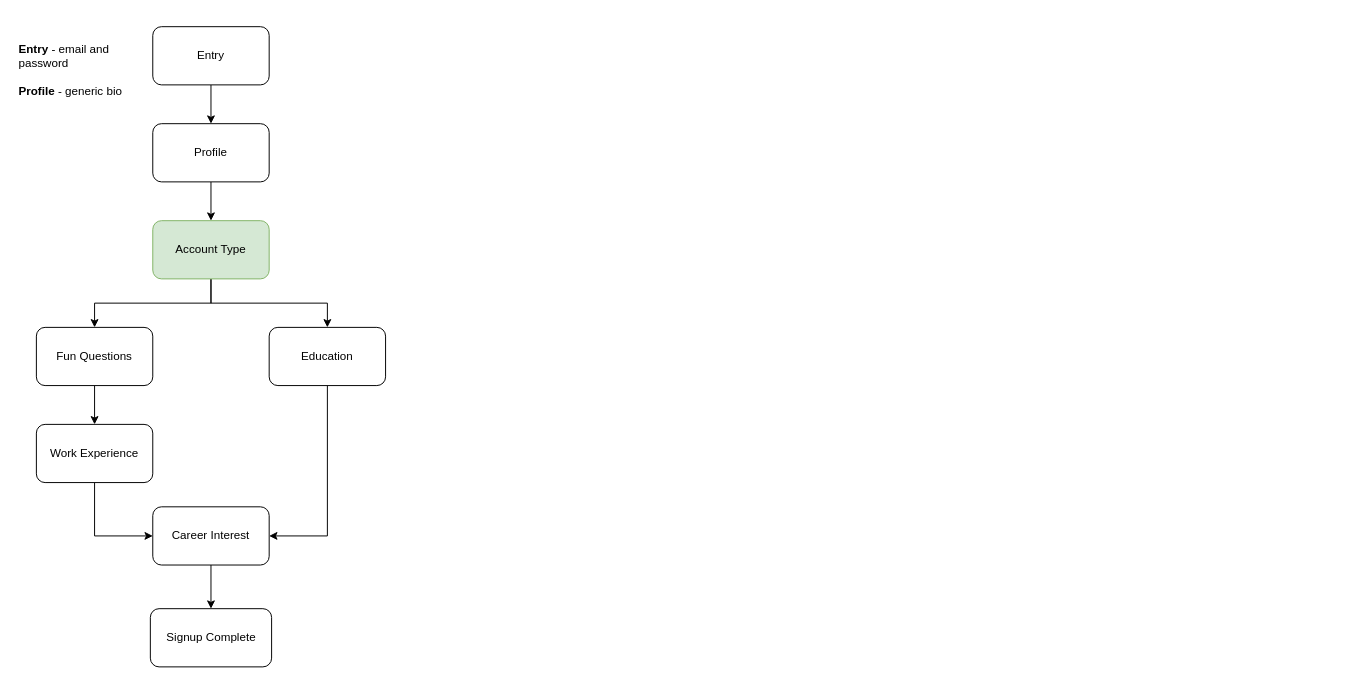
cashewpillar/awesome-drawio keeps this draw.io diagram as diagrams/career-signup.drawio. Above is the earlier version. Source tidied: cells renumbered, new cells numbered last; positions are measured from the earlier drawing's top-left corner, leaving out a move shared by most shapes. Both pictures are drawn from the tidied source at 97%, with x=0, y=0 at pixel (16, 26).
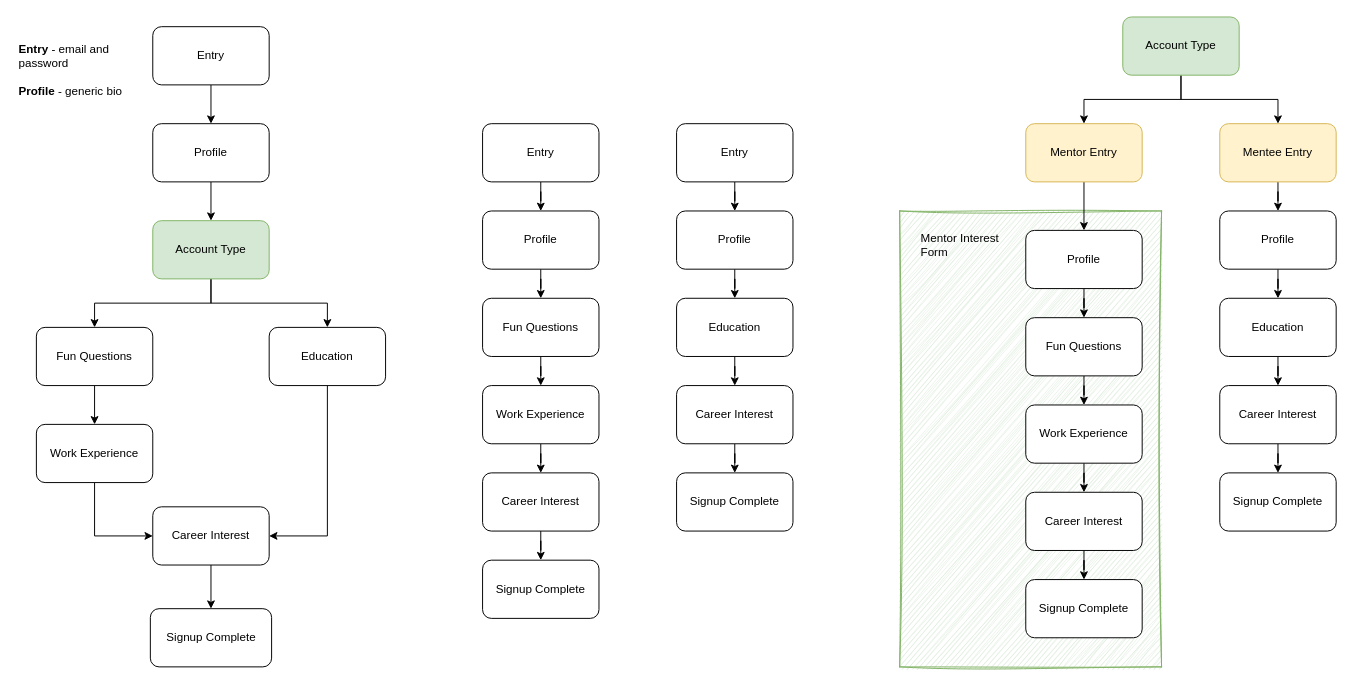
Above is the later version.

Commit message (it also covers changes not shown here):
refactor+feat: cron-service + add mentor signup

What changed in the source:
```diff
@@
+    <mxCell id="19" style="rounded=0;whiteSpace=wrap;html=1;align=left;glass=0;sketch=1;curveFitting=1;jiggle=2;perimeterSpacing=0;fillColor=#d5e8d4;strokeColor=#82b366;" parent="1" vertex="1">
+      <mxGeometry x="910" y="190" width="270" height="470" as="geometry" />
+    </mxCell>
@@
+    <mxCell id="20" style="edgeStyle=orthogonalEdgeStyle;rounded=0;jettySize=auto;html=1;entryX=0.5;entryY=0;entryDx=0;entryDy=0;" parent="1" edge="1" source="21" target="23">
+      <mxGeometry relative="1" as="geometry" />
+    </mxCell>
+    <mxCell id="21" value="Entry" style="rounded=1;whiteSpace=wrap;html=1;" parent="1" vertex="1">
+      <mxGeometry x="480" y="100" width="120" height="60" as="geometry" />
+    </mxCell>
+    <mxCell id="22" style="edgeStyle=orthogonalEdgeStyle;rounded=0;jettySize=auto;html=1;" parent="1" edge="1" source="23" target="25">
+      <mxGeometry relative="1" as="geometry" />
+    </mxCell>
+    <mxCell id="23" value="Profile" style="rounded=1;whiteSpace=wrap;html=1;" parent="1" vertex="1">
+      <mxGeometry x="480" y="190" width="120" height="60" as="geometry" />
+    </mxCell>
+    <mxCell id="24" style="edgeStyle=orthogonalEdgeStyle;rounded=0;jettySize=auto;html=1;" parent="1" edge="1" source="25" target="27">
+      <mxGeometry relative="1" as="geometry" />
+    </mxCell>
+    <mxCell id="25" value="Fun Questions" style="rounded=1;whiteSpace=wrap;html=1;" parent="1" vertex="1">
+      <mxGeometry x="480" y="280" width="120" height="60" as="geometry" />
+    </mxCell>
+    <mxCell id="26" style="edgeStyle=orthogonalEdgeStyle;rounded=0;jettySize=auto;html=1;" parent="1" edge="1" source="27" target="31">
+      <mxGeometry relative="1" as="geometry" />
+    </mxCell>
+    <mxCell id="27" value="Work Experience" style="rounded=1;whiteSpace=wrap;html=1;" parent="1" vertex="1">
+      <mxGeometry x="480" y="370" width="120" height="60" as="geometry" />
+    </mxCell>
+    <mxCell id="28" style="edgeStyle=orthogonalEdgeStyle;rounded=0;jettySize=auto;html=1;" parent="1" edge="1" source="29" target="38">
+      <mxGeometry relative="1" as="geometry" />
+    </mxCell>
+    <mxCell id="29" value="Education" style="rounded=1;whiteSpace=wrap;html=1;" parent="1" vertex="1">
+      <mxGeometry x="680" y="280" width="120" height="60" as="geometry" />
+    </mxCell>
+    <mxCell id="30" style="edgeStyle=orthogonalEdgeStyle;rounded=0;jettySize=auto;html=1;" parent="1" edge="1" source="31" target="32">
+      <mxGeometry relative="1" as="geometry" />
+    </mxCell>
+    <mxCell id="31" value="Career Interest" style="rounded=1;whiteSpace=wrap;html=1;" parent="1" vertex="1">
+      <mxGeometry x="480" y="460" width="120" height="60" as="geometry" />
+    </mxCell>
+    <mxCell id="32" value="Signup Complete" style="rounded=1;whiteSpace=wrap;html=1;" parent="1" vertex="1">
+      <mxGeometry x="480" y="550" width="120" height="60" as="geometry" />
+    </mxCell>
+    <mxCell id="33" style="edgeStyle=orthogonalEdgeStyle;rounded=0;jettySize=auto;html=1;" parent="1" edge="1" source="34" target="36">
+      <mxGeometry relative="1" as="geometry" />
+    </mxCell>
+    <mxCell id="34" value="Entry" style="rounded=1;whiteSpace=wrap;html=1;" parent="1" vertex="1">
+      <mxGeometry x="680" y="100" width="120" height="60" as="geometry" />
+    </mxCell>
+    <mxCell id="35" style="edgeStyle=orthogonalEdgeStyle;rounded=0;jettySize=auto;html=1;" parent="1" edge="1" source="36" target="29">
+      <mxGeometry relative="1" as="geometry" />
+    </mxCell>
+    <mxCell id="36" value="Profile" style="rounded=1;whiteSpace=wrap;html=1;" parent="1" vertex="1">
+      <mxGeometry x="680" y="190" width="120" height="60" as="geometry" />
+    </mxCell>
+    <mxCell id="37" style="edgeStyle=orthogonalEdgeStyle;rounded=0;jettySize=auto;html=1;" parent="1" edge="1" source="38" target="39">
+      <mxGeometry relative="1" as="geometry" />
+    </mxCell>
+    <mxCell id="38" value="Career Interest" style="rounded=1;whiteSpace=wrap;html=1;" parent="1" vertex="1">
+      <mxGeometry x="680" y="370" width="120" height="60" as="geometry" />
+    </mxCell>
+    <mxCell id="39" value="Signup Complete" style="rounded=1;whiteSpace=wrap;html=1;" parent="1" vertex="1">
+      <mxGeometry x="680" y="460" width="120" height="60" as="geometry" />
+    </mxCell>
+    <mxCell id="40" style="edgeStyle=orthogonalEdgeStyle;rounded=0;jettySize=auto;html=1;entryX=0.5;entryY=0;entryDx=0;entryDy=0;" parent="1" edge="1" source="41" target="43">
+      <mxGeometry relative="1" as="geometry" />
+    </mxCell>
+    <mxCell id="41" value="Mentor Entry" style="rounded=1;whiteSpace=wrap;html=1;fillColor=#fff2cc;strokeColor=#d6b656;" parent="1" vertex="1">
+      <mxGeometry x="1040" y="100" width="120" height="60" as="geometry" />
+    </mxCell>
+    <mxCell id="42" style="edgeStyle=orthogonalEdgeStyle;rounded=0;jettySize=auto;html=1;" parent="1" edge="1" source="43" target="45">
+      <mxGeometry relative="1" as="geometry" />
+    </mxCell>
+    <mxCell id="43" value="Profile" style="rounded=1;whiteSpace=wrap;html=1;" parent="1" vertex="1">
+      <mxGeometry x="1040" y="210" width="120" height="60" as="geometry" />
+    </mxCell>
+    <mxCell id="44" style="edgeStyle=orthogonalEdgeStyle;rounded=0;jettySize=auto;html=1;" parent="1" edge="1" source="45" target="47">
+      <mxGeometry relative="1" as="geometry" />
+    </mxCell>
+    <mxCell id="45" value="Fun Questions" style="rounded=1;whiteSpace=wrap;html=1;" parent="1" vertex="1">
+      <mxGeometry x="1040" y="300" width="120" height="60" as="geometry" />
+    </mxCell>
+    <mxCell id="46" style="edgeStyle=orthogonalEdgeStyle;rounded=0;jettySize=auto;html=1;" parent="1" edge="1" source="47" target="51">
+      <mxGeometry relative="1" as="geometry" />
+    </mxCell>
+    <mxCell id="47" value="Work Experience" style="rounded=1;whiteSpace=wrap;html=1;" parent="1" vertex="1">
+      <mxGeometry x="1040" y="390" width="120" height="60" as="geometry" />
+    </mxCell>
+    <mxCell id="48" style="edgeStyle=orthogonalEdgeStyle;rounded=0;jettySize=auto;html=1;" parent="1" edge="1" source="49" target="61">
+      <mxGeometry relative="1" as="geometry" />
+    </mxCell>
+    <mxCell id="49" value="Education" style="rounded=1;whiteSpace=wrap;html=1;" parent="1" vertex="1">
+      <mxGeometry x="1240" y="280" width="120" height="60" as="geometry" />
+    </mxCell>
+    <mxCell id="50" style="edgeStyle=orthogonalEdgeStyle;rounded=0;jettySize=auto;html=1;" parent="1" edge="1" source="51" target="52">
+      <mxGeometry relative="1" as="geometry" />
+    </mxCell>
+    <mxCell id="51" value="Career Interest" style="rounded=1;whiteSpace=wrap;html=1;" parent="1" vertex="1">
+      <mxGeometry x="1040" y="480" width="120" height="60" as="geometry" />
+    </mxCell>
+    <mxCell id="52" value="Signup Complete" style="rounded=1;whiteSpace=wrap;html=1;" parent="1" vertex="1">
+      <mxGeometry x="1040" y="570" width="120" height="60" as="geometry" />
+    </mxCell>
+    <mxCell id="53" style="edgeStyle=orthogonalEdgeStyle;rounded=0;jettySize=auto;html=1;entryX=0.5;entryY=0;entryDx=0;entryDy=0;" parent="1" edge="1" source="55" target="41">
+      <mxGeometry relative="1" as="geometry" />
+    </mxCell>
+    <mxCell id="54" style="edgeStyle=orthogonalEdgeStyle;rounded=0;jettySize=auto;html=1;entryX=0.5;entryY=0;entryDx=0;entryDy=0;" parent="1" edge="1" source="55" target="57">
+      <mxGeometry relative="1" as="geometry" />
+    </mxCell>
+    <mxCell id="55" value="Account Type" style="rounded=1;whiteSpace=wrap;html=1;fillColor=#d5e8d4;strokeColor=#82b366;" parent="1" vertex="1">
+      <mxGeometry x="1140" y="-10" width="120" height="60" as="geometry" />
+    </mxCell>
+    <mxCell id="56" style="edgeStyle=orthogonalEdgeStyle;rounded=0;jettySize=auto;html=1;" parent="1" edge="1" source="57" target="59">
+      <mxGeometry relative="1" as="geometry" />
+    </mxCell>
+    <mxCell id="57" value="Mentee Entry" style="rounded=1;whiteSpace=wrap;html=1;fillColor=#fff2cc;strokeColor=#d6b656;" parent="1" vertex="1">
+      <mxGeometry x="1240" y="100" width="120" height="60" as="geometry" />
+    </mxCell>
+    <mxCell id="58" style="edgeStyle=orthogonalEdgeStyle;rounded=0;jettySize=auto;html=1;" parent="1" edge="1" source="59" target="49">
+      <mxGeometry relative="1" as="geometry" />
+    </mxCell>
+    <mxCell id="59" value="Profile" style="rounded=1;whiteSpace=wrap;html=1;" parent="1" vertex="1">
+      <mxGeometry x="1240" y="190" width="120" height="60" as="geometry" />
+    </mxCell>
+    <mxCell id="60" style="edgeStyle=orthogonalEdgeStyle;rounded=0;jettySize=auto;html=1;" parent="1" edge="1" source="61" target="62">
+      <mxGeometry relative="1" as="geometry" />
+    </mxCell>
+    <mxCell id="61" value="Career Interest" style="rounded=1;whiteSpace=wrap;html=1;" parent="1" vertex="1">
+      <mxGeometry x="1240" y="370" width="120" height="60" as="geometry" />
+    </mxCell>
+    <mxCell id="62" value="Signup Complete" style="rounded=1;whiteSpace=wrap;html=1;" parent="1" vertex="1">
+      <mxGeometry x="1240" y="460" width="120" height="60" as="geometry" />
+    </mxCell>
+    <mxCell id="63" value="Mentor Interest Form" style="text;html=1;align=left;verticalAlign=middle;whiteSpace=wrap;rounded=0;" parent="1" vertex="1">
+      <mxGeometry x="930" y="210" width="90" height="30" as="geometry" />
+    </mxCell>
```
